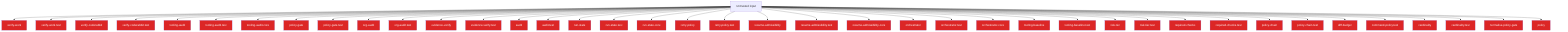
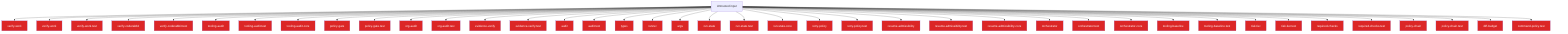
flowchart TD
  Untrusted["Untrusted input"]
  verify_work_df70ecac["verify-work"]
  Untrusted --> verify_work_df70ecac
+   verify_work_1_cd8e7ec3["verify-work"]
+   Untrusted --> verify_work_1_cd8e7ec3
  verify_work_test_0e12f6c5["verify-work.test"]
  Untrusted --> verify_work_test_0e12f6c5
  verify_coderabbit_490b4e71["verify-coderabbit"]
  Untrusted --> verify_coderabbit_490b4e71
  verify_coderabbit_test_46cfcf29["verify-coderabbit.test"]
  Untrusted --> verify_coderabbit_test_46cfcf29
  tooling_audit_8a8239ff["tooling-audit"]
  Untrusted --> tooling_audit_8a8239ff
  tooling_audit_test_d2aee28c["tooling-audit.test"]
  Untrusted --> tooling_audit_test_d2aee28c
  tooling_audit_core_328d6a41["tooling-audit-core"]
  Untrusted --> tooling_audit_core_328d6a41
  policy_gate_213f7313["policy-gate"]
  Untrusted --> policy_gate_213f7313
  policy_gate_test_203a5261["policy-gate.test"]
  Untrusted --> policy_gate_test_203a5261
  org_audit_d739e44b["org-audit"]
  Untrusted --> org_audit_d739e44b
  org_audit_test_0fd9cae8["org-audit.test"]
  Untrusted --> org_audit_test_0fd9cae8
  evidence_verify_3b73c290["evidence-verify"]
  Untrusted --> evidence_verify_3b73c290
  evidence_verify_test_7373101d["evidence-verify.test"]
  Untrusted --> evidence_verify_test_7373101d
  audit_b81f37a0["audit"]
  Untrusted --> audit_b81f37a0
  audit_test_54ea1006["audit.test"]
  Untrusted --> audit_test_54ea1006
+   types_1_4ecdf56e["types"]
+   Untrusted --> types_1_4ecdf56e
+   runner_527aa9f4["runner"]
+   Untrusted --> runner_527aa9f4
+   args_090772cf["args"]
+   Untrusted --> args_090772cf
  run_state_94d814a7["run-state"]
  Untrusted --> run_state_94d814a7
  run_state_test_ee8298e8["run-state.test"]
  Untrusted --> run_state_test_ee8298e8
  run_state_core_25a955bc["run-state-core"]
  Untrusted --> run_state_core_25a955bc
  retry_policy_eebf8de9["retry-policy"]
  Untrusted --> retry_policy_eebf8de9
  retry_policy_test_fff144eb["retry-policy.test"]
  Untrusted --> retry_policy_test_fff144eb
  resume_admissibility_a59835da["resume-admissibility"]
  Untrusted --> resume_admissibility_a59835da
  resume_admissibility_test_eba58e3d["resume-admissibility.test"]
  Untrusted --> resume_admissibility_test_eba58e3d
  resume_admissibility_core_8ab84488["resume-admissibility-core"]
  Untrusted --> resume_admissibility_core_8ab84488
  orchestrator_11376b7e["orchestrator"]
  Untrusted --> orchestrator_11376b7e
  orchestrator_test_18d2fe26["orchestrator.test"]
  Untrusted --> orchestrator_test_18d2fe26
  orchestrator_core_d0678b53["orchestrator-core"]
  Untrusted --> orchestrator_core_d0678b53
  tooling_baseline_50ab2eeb["tooling-baseline"]
  Untrusted --> tooling_baseline_50ab2eeb
  tooling_baseline_test_d272ddb6["tooling-baseline.test"]
  Untrusted --> tooling_baseline_test_d272ddb6
  risk_tier_1_96b6ff91["risk-tier"]
  Untrusted --> risk_tier_1_96b6ff91
  risk_tier_test_1_6f021f87["risk-tier.test"]
  Untrusted --> risk_tier_test_1_6f021f87
  required_checks_46396214["required-checks"]
  Untrusted --> required_checks_46396214
  required_checks_test_e7da46e9["required-checks.test"]
  Untrusted --> required_checks_test_e7da46e9
  policy_chain_0c92e343["policy-chain"]
  Untrusted --> policy_chain_0c92e343
  policy_chain_test_bce92046["policy-chain.test"]
  Untrusted --> policy_chain_test_bce92046
  diff_budget_1_9f85eb1c["diff-budget"]
  Untrusted --> diff_budget_1_9f85eb1c
  command_policy_test_66e89e89["command-policy.test"]
  Untrusted --> command_policy_test_66e89e89
-   cardinality_ebef8aff["cardinality"]
-   Untrusted --> cardinality_ebef8aff
-   cardinality_test_c00e7edb["cardinality.test"]
-   Untrusted --> cardinality_test_c00e7edb
-   normalise_policy_gate_90229693["normalise-policy-gate"]
-   Untrusted --> normalise_policy_gate_90229693
-   policy_823412d1["policy"]
-   Untrusted --> policy_823412d1
  classDef securityNode fill:#dc2626,color:#fff
-   class verify_work_df70ecac,verify_work_test_0e12f6c5,verify_coderabbit_490b4e71,verify_coderabbit_test_46cfcf29,tooling_audit_8a8239ff,tooling_audit_test_d2aee28c,tooling_audit_core_328d6a41,policy_gate_213f7313,policy_gate_test_203a5261,org_audit_d739e44b,org_audit_test_0fd9cae8,evidence_verify_3b73c290,evidence_verify_test_7373101d,audit_b81f37a0,audit_test_54ea1006,run_state_94d814a7,run_state_test_ee8298e8,run_state_core_25a955bc,retry_policy_eebf8de9,retry_policy_test_fff144eb,resume_admissibility_a59835da,resume_admissibility_test_eba58e3d,resume_admissibility_core_8ab84488,orchestrator_11376b7e,orchestrator_test_18d2fe26,orchestrator_core_d0678b53,tooling_baseline_50ab2eeb,tooling_baseline_test_d272ddb6,risk_tier_1_96b6ff91,risk_tier_test_1_6f021f87,required_checks_46396214,required_checks_test_e7da46e9,policy_chain_0c92e343,policy_chain_test_bce92046,diff_budget_1_9f85eb1c,command_policy_test_66e89e89,cardinality_ebef8aff,cardinality_test_c00e7edb,normalise_policy_gate_90229693,policy_823412d1 securityNode
+   class verify_work_df70ecac,verify_work_1_cd8e7ec3,verify_work_test_0e12f6c5,verify_coderabbit_490b4e71,verify_coderabbit_test_46cfcf29,tooling_audit_8a8239ff,tooling_audit_test_d2aee28c,tooling_audit_core_328d6a41,policy_gate_213f7313,policy_gate_test_203a5261,org_audit_d739e44b,org_audit_test_0fd9cae8,evidence_verify_3b73c290,evidence_verify_test_7373101d,audit_b81f37a0,audit_test_54ea1006,types_1_4ecdf56e,runner_527aa9f4,args_090772cf,run_state_94d814a7,run_state_test_ee8298e8,run_state_core_25a955bc,retry_policy_eebf8de9,retry_policy_test_fff144eb,resume_admissibility_a59835da,resume_admissibility_test_eba58e3d,resume_admissibility_core_8ab84488,orchestrator_11376b7e,orchestrator_test_18d2fe26,orchestrator_core_d0678b53,tooling_baseline_50ab2eeb,tooling_baseline_test_d272ddb6,risk_tier_1_96b6ff91,risk_tier_test_1_6f021f87,required_checks_46396214,required_checks_test_e7da46e9,policy_chain_0c92e343,policy_chain_test_bce92046,diff_budget_1_9f85eb1c,command_policy_test_66e89e89 securityNode
